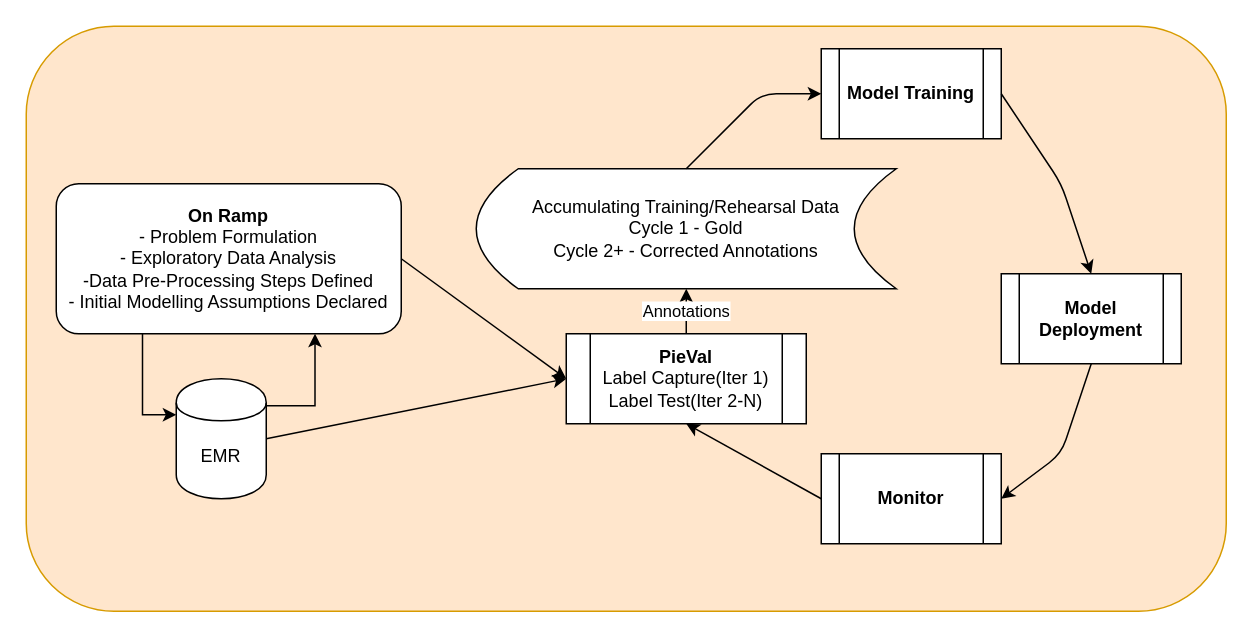
This is docs/pieval_place_in_process.drawio from ucdavis-informatics/pieval, a draw.io file, before an edit. Source tidied: cells renumbered, new cells numbered last; positions are measured from the earlier drawing's top-left corner, leaving out a move shared by most shapes. Both pictures are drawn from the tidied source at 150%, with x=0, y=0 at pixel (26, 26).
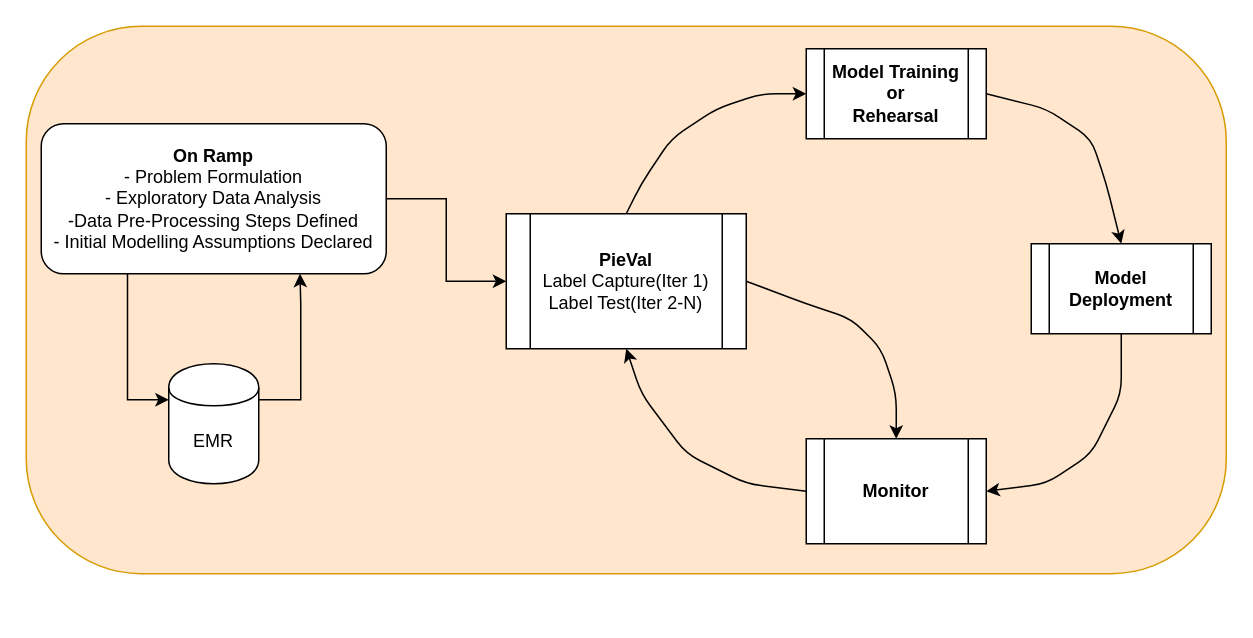
The same page after the edit.

Diff of the diagram source:
```diff
@@
-    <mxCell id="2" style="rounded=1;whiteSpace=wrap;html=1;fillColor=#ffe6cc;strokeColor=#d79b00;" parent="1" vertex="1">
-      <mxGeometry width="800" height="390" as="geometry" />
+    <mxCell id="2" style="rounded=1;whiteSpace=wrap;html=1;fillColor=#ffe6cc;strokeColor=#d79b00;arcSize=21;" parent="1" vertex="1">
+      <mxGeometry width="800" height="365" as="geometry" />
     </mxCell>
     <mxCell id="3" style="edgeStyle=orthogonalEdgeStyle;rounded=0;jettySize=auto;html=1;entryX=0;entryY=0.3;entryDx=0;entryDy=0;exitX=0.25;exitY=1;exitDx=0;exitDy=0;" parent="1" edge="1" source="4" target="16">
       <mxGeometry relative="1" as="geometry">
         <Array as="points">
-          <mxPoint x="78" y="259" />
+          <mxPoint x="68" y="249" />
         </Array>
       </mxGeometry>
     </mxCell>
+    <mxCell id="10" style="edgeStyle=orthogonalEdgeStyle;rounded=0;jettySize=auto;html=1;entryX=0;entryY=0.5;entryDx=0;entryDy=0;" parent="1" edge="1" source="4" target="5">
+      <mxGeometry relative="1" as="geometry" />
+    </mxCell>
     <mxCell id="4" value="&lt;b&gt;On Ramp&lt;/b&gt;&lt;br&gt;- Problem Formulation&lt;br&gt;- Exploratory Data Analysis&lt;br&gt;-Data Pre-Processing Steps Defined&lt;br&gt;- Initial Modelling Assumptions Declared" style="rounded=1;whiteSpace=wrap;html=1;" parent="1" vertex="1">
-      <mxGeometry x="20" y="105" width="230" height="100" as="geometry" />
+      <mxGeometry x="10" y="65" width="230" height="100" as="geometry" />
     </mxCell>
     <mxCell id="5" value="&lt;b&gt;PieVal&lt;/b&gt;&lt;br&gt;Label Capture(Iter 1)&lt;br&gt;Label Test(Iter 2-N)" style="shape=process;whiteSpace=wrap;html=1;backgroundOutline=1;" parent="1" vertex="1">
-      <mxGeometry x="360" y="205" width="160" height="60" as="geometry" />
+      <mxGeometry x="320" y="125" width="160" height="90" as="geometry" />
     </mxCell>
-    <mxCell id="6" value="Accumulating Training/Rehearsal Data&lt;br&gt;Cycle 1 - Gold&lt;br&gt;Cycle 2+ - Corrected Annotations" style="shape=dataStorage;whiteSpace=wrap;html=1;" parent="1" vertex="1">
-      <mxGeometry x="300" y="95" width="280" height="80" as="geometry" />
-    </mxCell>
-    <mxCell id="7" value="&lt;b&gt;Model Training&lt;/b&gt;" style="shape=process;whiteSpace=wrap;html=1;backgroundOutline=1;" parent="1" vertex="1">
-      <mxGeometry x="530" y="15" width="120" height="60" as="geometry" />
+    <mxCell id="7" value="&lt;b&gt;Model Training&lt;br&gt;or&lt;br&gt;Rehearsal&lt;br&gt;&lt;/b&gt;" style="shape=process;whiteSpace=wrap;html=1;backgroundOutline=1;" parent="1" vertex="1">
+      <mxGeometry x="520" y="15" width="120" height="60" as="geometry" />
     </mxCell>
     <mxCell id="8" value="&lt;b&gt;Model Deployment&lt;/b&gt;" style="shape=process;whiteSpace=wrap;html=1;backgroundOutline=1;" parent="1" vertex="1">
-      <mxGeometry x="650" y="165" width="120" height="60" as="geometry" />
+      <mxGeometry x="670" y="145" width="120" height="60" as="geometry" />
     </mxCell>
     <mxCell id="9" value="&lt;b&gt;Monitor&lt;/b&gt;" style="shape=process;whiteSpace=wrap;html=1;backgroundOutline=1;" parent="1" vertex="1">
-      <mxGeometry x="530" y="285" width="120" height="60" as="geometry" />
+      <mxGeometry x="520" y="275" width="120" height="70" as="geometry" />
     </mxCell>
-    <mxCell id="10" style="endArrow=classic;html=1;exitX=1;exitY=0.5;exitDx=0;exitDy=0;entryX=0;entryY=0.5;entryDx=0;entryDy=0;" parent="1" edge="1" source="4" target="5">
-      <mxGeometry relative="1" as="geometry" />
-    </mxCell>
-    <mxCell id="11" style="endArrow=classic;html=1;exitX=0.5;exitY=0;exitDx=0;exitDy=0;entryX=0;entryY=0.5;entryDx=0;entryDy=0;" parent="1" edge="1" source="6" target="7">
+    <mxCell id="11" style="endArrow=classic;html=1;entryX=0;entryY=0.5;entryDx=0;entryDy=0;exitX=0.5;exitY=0;exitDx=0;exitDy=0;" parent="1" edge="1" source="5" target="7">
       <mxGeometry relative="1" as="geometry">
         <Array as="points">
+          <mxPoint x="410" y="105" />
+          <mxPoint x="430" y="75" />
+          <mxPoint x="460" y="55" />
           <mxPoint x="490" y="45" />
         </Array>
       </mxGeometry>
     </mxCell>
     <mxCell id="12" style="endArrow=classic;html=1;exitX=1;exitY=0.5;exitDx=0;exitDy=0;entryX=0.5;entryY=0;entryDx=0;entryDy=0;" parent="1" edge="1" source="7" target="8">
       <mxGeometry relative="1" as="geometry">
         <Array as="points">
-          <mxPoint x="690" y="105" />
+          <mxPoint x="680" y="55" />
+          <mxPoint x="710" y="75" />
+          <mxPoint x="720" y="105" />
         </Array>
       </mxGeometry>
     </mxCell>
-    <mxCell id="13" style="endArrow=classic;html=1;exitX=0.5;exitY=1;exitDx=0;exitDy=0;entryX=1;entryY=0.5;entryDx=0;entryDy=0;" parent="1" edge="1" source="8" target="9">
-      <mxGeometry relative="1" as="geometry">
-        <Array as="points">
-          <mxPoint x="690" y="285" />
-        </Array>
-      </mxGeometry>
-    </mxCell>
     <mxCell id="14" style="endArrow=classic;html=1;exitX=0;exitY=0.5;exitDx=0;exitDy=0;entryX=0.5;entryY=1;entryDx=0;entryDy=0;" parent="1" edge="1" source="9" target="5">
-      <mxGeometry relative="1" as="geometry" />
+      <mxGeometry relative="1" as="geometry">
+        <Array as="points">
+          <mxPoint x="480" y="305" />
+          <mxPoint x="440" y="285" />
+          <mxPoint x="410" y="245" />
+        </Array>
+      </mxGeometry>
     </mxCell>
-    <mxCell id="15" style="edgeStyle=orthogonalEdgeStyle;rounded=0;jettySize=auto;html=1;entryX=0.75;entryY=1;entryDx=0;entryDy=0;exitX=0.983;exitY=0.225;exitDx=0;exitDy=0;exitPerimeter=0;" parent="1" edge="1" source="16" target="4">
+    <mxCell id="15" style="edgeStyle=orthogonalEdgeStyle;rounded=0;jettySize=auto;html=1;entryX=0.75;entryY=1;entryDx=0;entryDy=0;exitX=1;exitY=0.3;exitDx=0;exitDy=0;" parent="1" edge="1" source="16" target="4">
       <mxGeometry relative="1" as="geometry">
         <Array as="points">
-          <mxPoint x="193" y="253" />
+          <mxPoint x="183" y="249" />
+          <mxPoint x="183" y="185" />
+          <mxPoint x="183" y="185" />
         </Array>
       </mxGeometry>
     </mxCell>
     <mxCell id="16" value="EMR" style="shape=cylinder;whiteSpace=wrap;html=1;boundedLbl=1;backgroundOutline=1;" parent="1" vertex="1">
-      <mxGeometry x="100" y="235" width="60" height="80" as="geometry" />
+      <mxGeometry x="95" y="225" width="60" height="80" as="geometry" />
     </mxCell>
-    <mxCell id="17" style="endArrow=classic;html=1;exitX=1;exitY=0.5;exitDx=0;exitDy=0;entryX=0;entryY=0.5;entryDx=0;entryDy=0;" parent="1" edge="1" source="16" target="5">
-      <mxGeometry relative="1" as="geometry" />
-    </mxCell>
-    <mxCell id="18" value="Annotations" style="endArrow=classic;html=1;entryX=0.5;entryY=1;entryDx=0;entryDy=0;exitX=0.5;exitY=0;exitDx=0;exitDy=0;" parent="1" edge="1" source="5" target="6">
-      <mxGeometry relative="1" as="geometry" />
-    </mxCell>
+    <mxCell id="19" style="edgeStyle=orthogonalEdgeStyle;rounded=0;orthogonalLoop=1;jettySize=auto;html=1;exitX=0.5;exitY=1;exitDx=0;exitDy=0;" parent="1" edge="1" source="2" target="2">
+      <mxGeometry relative="1" as="geometry" />
+    </mxCell>
+    <mxCell id="20" style="endArrow=classic;html=1;exitX=0.5;exitY=1;exitDx=0;exitDy=0;" parent="1" edge="1" source="8">
+      <mxGeometry relative="1" as="geometry">
+        <mxPoint x="640" y="310" as="targetPoint" />
+        <Array as="points">
+          <mxPoint x="730" y="245" />
+          <mxPoint x="710" y="285" />
+          <mxPoint x="680" y="305" />
+        </Array>
+      </mxGeometry>
+    </mxCell>
+    <mxCell id="21" style="endArrow=classic;html=1;entryX=0.5;entryY=0;entryDx=0;entryDy=0;exitX=1;exitY=0.5;exitDx=0;exitDy=0;" parent="1" edge="1" source="5" target="9">
+      <mxGeometry relative="1" as="geometry">
+        <Array as="points">
+          <mxPoint x="520" y="185" />
+          <mxPoint x="550" y="195" />
+          <mxPoint x="570" y="215" />
+          <mxPoint x="580" y="245" />
+        </Array>
+      </mxGeometry>
+    </mxCell>
```
